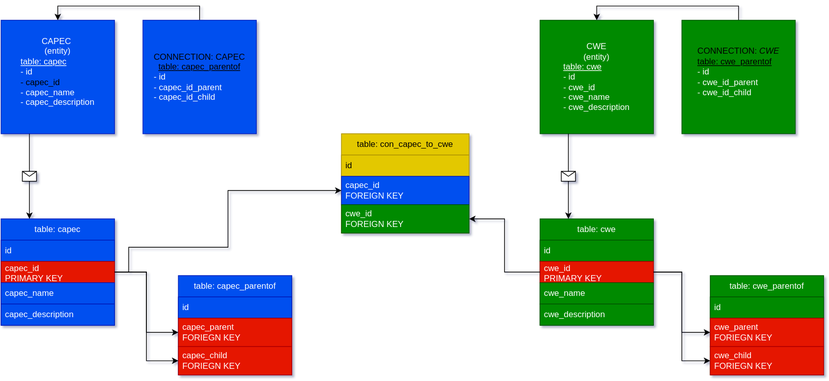
Above: DB/ER-диграмма БД.drawio.svg in Dismont/CAPEC_CWE_CVE (draw.io), before the change. Source tidied: cells renumbered, new cells last; positions are measured from the earlier drawing's top-left corner, leaving out a move shared by most shapes.
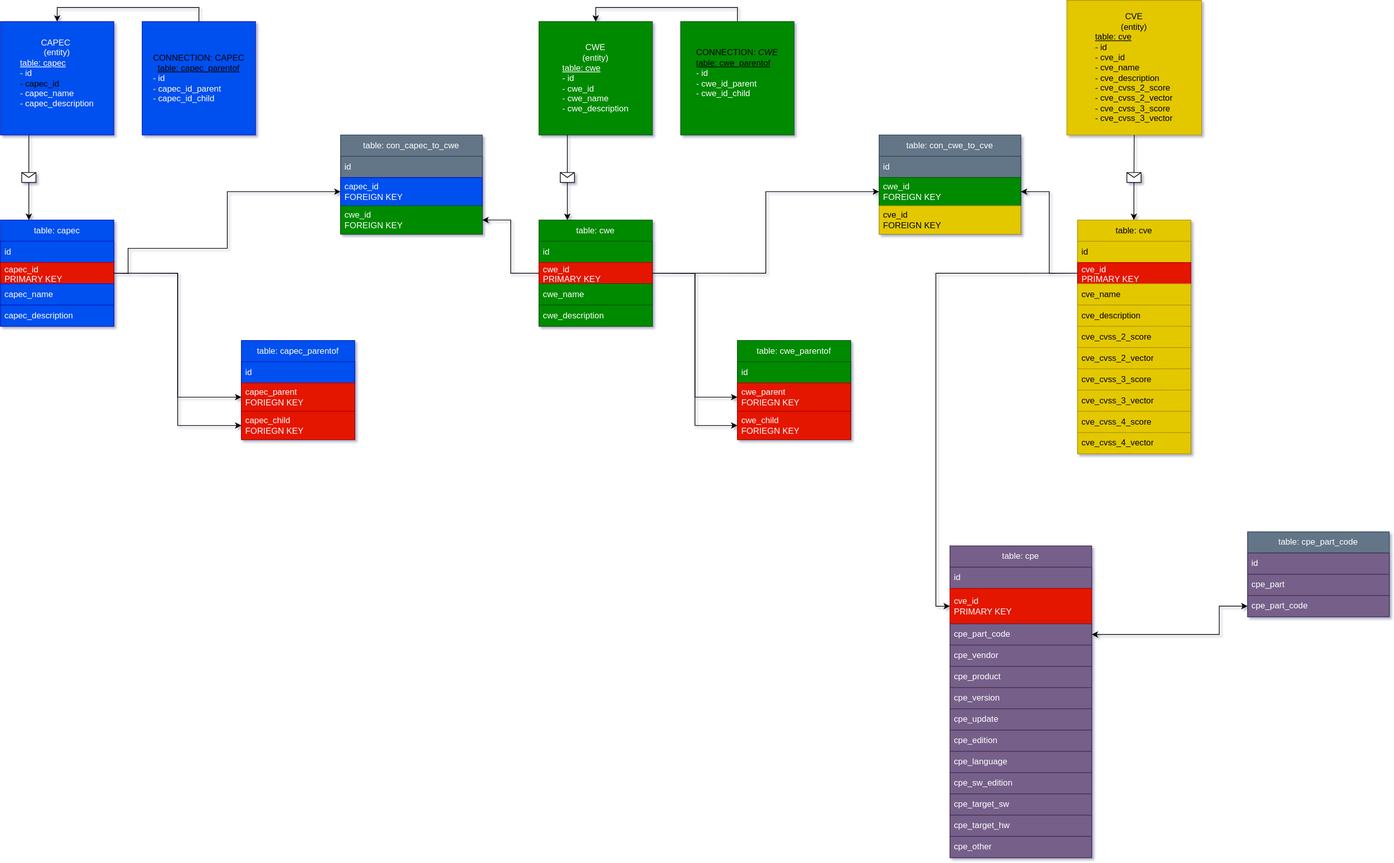
Later version of the same file.

The edit, as a diff of the source:
```diff
@@ -67,7 +67,7 @@
       <mxGeometry x="960" width="160" height="160" as="geometry" />
     </mxCell>
     <mxCell id="22" value="table: capec_parentof" style="swimlane;fontStyle=0;horizontal=1;startSize=30;whiteSpace=wrap;html=1;fillColor=#0050ef;fontColor=#ffffff;strokeColor=#001DBC;" parent="1" vertex="1">
-      <mxGeometry x="250" y="360" width="160" height="140" as="geometry" />
+      <mxGeometry x="340" y="450" width="160" height="140" as="geometry" />
     </mxCell>
     <mxCell id="23" value="id" style="text;strokeColor=#001DBC;fillColor=#0050ef;align=left;verticalAlign=middle;spacingLeft=4;spacingRight=4;overflow=hidden;whiteSpace=wrap;html=1;fontColor=#ffffff;" parent="22" vertex="1">
       <mxGeometry y="30" width="160" height="30" as="geometry" />
@@ -85,7 +85,7 @@
       <mxGeometry relative="1" as="geometry" />
     </mxCell>
     <mxCell id="28" value="table: cwe_parentof" style="swimlane;fontStyle=0;horizontal=1;startSize=30;whiteSpace=wrap;html=1;fillColor=#008a00;fontColor=#ffffff;strokeColor=#005700;" parent="1" vertex="1">
-      <mxGeometry x="1000" y="360" width="160" height="140" as="geometry" />
+      <mxGeometry x="1040" y="450" width="160" height="140" as="geometry" />
     </mxCell>
     <mxCell id="29" value="id" style="text;strokeColor=#005700;fillColor=#008a00;align=left;verticalAlign=middle;spacingLeft=4;spacingRight=4;overflow=hidden;whiteSpace=wrap;html=1;fontColor=#ffffff;" parent="28" vertex="1">
       <mxGeometry y="30" width="160" height="30" as="geometry" />
@@ -102,17 +102,17 @@
     <mxCell id="33" style="edgeStyle=orthogonalEdgeStyle;rounded=0;jettySize=auto;html=1;exitX=1;exitY=0.5;exitDx=0;exitDy=0;entryX=0;entryY=0.5;entryDx=0;entryDy=0;" parent="1" edge="1" source="15" target="31">
       <mxGeometry relative="1" as="geometry" />
     </mxCell>
-    <mxCell id="34" value="table: con_capec_to_cwe" style="swimlane;fontStyle=0;horizontal=1;startSize=30;whiteSpace=wrap;html=1;fillColor=#e3c800;fontColor=#000000;strokeColor=#B09500;" parent="1" vertex="1">
-      <mxGeometry x="480" y="160" width="180" height="140" as="geometry" />
+    <mxCell id="34" value="table: con_capec_to_cwe" style="swimlane;fontStyle=0;horizontal=1;startSize=30;whiteSpace=wrap;html=1;fillColor=#647687;fontColor=#ffffff;strokeColor=#314354;" parent="1" vertex="1">
+      <mxGeometry x="480" y="160" width="200" height="140" as="geometry" />
     </mxCell>
-    <mxCell id="35" value="id" style="text;strokeColor=#B09500;fillColor=#e3c800;align=left;verticalAlign=middle;spacingLeft=4;spacingRight=4;overflow=hidden;whiteSpace=wrap;html=1;fontColor=#000000;" parent="34" vertex="1">
-      <mxGeometry y="30" width="180" height="30" as="geometry" />
+    <mxCell id="35" value="id" style="text;strokeColor=#314354;fillColor=#647687;align=left;verticalAlign=middle;spacingLeft=4;spacingRight=4;overflow=hidden;whiteSpace=wrap;html=1;fontColor=#ffffff;" parent="34" vertex="1">
+      <mxGeometry y="30" width="200" height="30" as="geometry" />
     </mxCell>
     <mxCell id="36" value="capec_id&lt;div&gt;FOREIGN KEY&lt;/div&gt;" style="text;strokeColor=#001DBC;fillColor=#0050ef;align=left;verticalAlign=middle;spacingLeft=4;spacingRight=4;overflow=hidden;points=[[0,0.5],[1,0.5]];portConstraint=eastwest;whiteSpace=wrap;html=1;fontColor=#ffffff;" parent="34" vertex="1">
-      <mxGeometry y="60" width="180" height="40" as="geometry" />
+      <mxGeometry y="60" width="200" height="40" as="geometry" />
     </mxCell>
     <mxCell id="37" value="cwe_id&lt;div&gt;FOREIGN KEY&lt;br&gt;&lt;/div&gt;" style="text;strokeColor=#005700;fillColor=#008a00;align=left;verticalAlign=middle;spacingLeft=4;spacingRight=4;overflow=hidden;points=[[0,0.5],[1,0.5]];portConstraint=eastwest;whiteSpace=wrap;html=1;fontColor=#ffffff;" parent="34" vertex="1">
-      <mxGeometry y="100" width="180" height="40" as="geometry" />
+      <mxGeometry y="100" width="200" height="40" as="geometry" />
     </mxCell>
     <mxCell id="38" style="edgeStyle=orthogonalEdgeStyle;rounded=0;jettySize=auto;html=1;exitX=1;exitY=0.5;exitDx=0;exitDy=0;entryX=0;entryY=0.5;entryDx=0;entryDy=0;" parent="1" edge="1" source="8" target="36">
       <mxGeometry relative="1" as="geometry">
@@ -127,5 +127,134 @@
     <mxCell id="39" style="edgeStyle=orthogonalEdgeStyle;rounded=0;jettySize=auto;html=1;entryX=1;entryY=0.5;entryDx=0;entryDy=0;" parent="1" edge="1" source="15" target="37">
       <mxGeometry relative="1" as="geometry" />
     </mxCell>
+    <mxCell id="40" value="CVE&lt;div&gt;(entity)&lt;/div&gt;&lt;div style=&quot;text-align: left;&quot;&gt;&lt;u&gt;table: cve&lt;/u&gt;&lt;/div&gt;&lt;div style=&quot;text-align: left;&quot;&gt;- id&lt;/div&gt;&lt;div style=&quot;text-align: left;&quot;&gt;- cve_id&lt;/div&gt;&lt;div style=&quot;text-align: left;&quot;&gt;- cve_name&lt;/div&gt;&lt;div style=&quot;text-align: left;&quot;&gt;- cve_description&lt;/div&gt;&lt;div style=&quot;text-align: left;&quot;&gt;- cve_cvss_2_score&lt;/div&gt;&lt;div style=&quot;text-align: left;&quot;&gt;- cve_cvss_2_vector&lt;br&gt;&lt;/div&gt;&lt;div style=&quot;text-align: left;&quot;&gt;- cve_cvss_3_score&lt;br&gt;&lt;/div&gt;&lt;div style=&quot;text-align: left;&quot;&gt;- cve_cvss_3_vector&lt;br&gt;&lt;/div&gt;" style="whiteSpace=wrap;html=1;fillColor=#e3c800;align=center;fontColor=#000000;strokeColor=#B09500;" parent="1" vertex="1">
+      <mxGeometry x="1505" y="-30" width="190" height="190" as="geometry" />
+    </mxCell>
+    <mxCell id="41" style="edgeStyle=orthogonalEdgeStyle;rounded=0;jettySize=auto;html=1;exitX=0;exitY=0.5;exitDx=0;exitDy=0;entryX=0;entryY=0.5;entryDx=0;entryDy=0;" parent="1" edge="1" source="44" target="63">
+      <mxGeometry relative="1" as="geometry" />
+    </mxCell>
+    <mxCell id="42" value="table: cve" style="swimlane;fontStyle=0;horizontal=1;startSize=30;whiteSpace=wrap;html=1;fillColor=#e3c800;fontColor=#000000;strokeColor=#B09500;" parent="1" vertex="1">
+      <mxGeometry x="1520" y="280" width="160" height="330" as="geometry" />
+    </mxCell>
+    <mxCell id="43" value="id" style="text;strokeColor=#B09500;fillColor=#e3c800;align=left;verticalAlign=middle;spacingLeft=4;spacingRight=4;overflow=hidden;whiteSpace=wrap;html=1;fontColor=#000000;" parent="42" vertex="1">
+      <mxGeometry y="30" width="160" height="30" as="geometry" />
+    </mxCell>
+    <mxCell id="44" value="cve_id&amp;nbsp;&lt;div&gt;PRIMARY KEY&lt;/div&gt;" style="text;strokeColor=#B20000;fillColor=#e51400;align=left;verticalAlign=middle;spacingLeft=4;spacingRight=4;overflow=hidden;points=[[0,0.5],[1,0.5]];portConstraint=eastwest;whiteSpace=wrap;html=1;fontColor=#ffffff;" parent="42" vertex="1">
+      <mxGeometry y="60" width="160" height="30" as="geometry" />
+    </mxCell>
+    <mxCell id="45" value="cve_name" style="text;strokeColor=#B09500;fillColor=#e3c800;align=left;verticalAlign=middle;spacingLeft=4;spacingRight=4;overflow=hidden;whiteSpace=wrap;html=1;fontColor=#000000;" parent="42" vertex="1">
+      <mxGeometry y="90" width="160" height="30" as="geometry" />
+    </mxCell>
+    <mxCell id="46" value="cve_description" style="text;strokeColor=#B09500;fillColor=#e3c800;align=left;verticalAlign=middle;spacingLeft=4;spacingRight=4;overflow=hidden;whiteSpace=wrap;html=1;fontColor=#000000;" parent="42" vertex="1">
+      <mxGeometry y="120" width="160" height="30" as="geometry" />
+    </mxCell>
+    <mxCell id="47" value="cve_cvss_2_score" style="text;strokeColor=#B09500;fillColor=#e3c800;align=left;verticalAlign=middle;spacingLeft=4;spacingRight=4;overflow=hidden;whiteSpace=wrap;html=1;fontColor=#000000;" parent="42" vertex="1">
+      <mxGeometry y="150" width="160" height="30" as="geometry" />
+    </mxCell>
+    <mxCell id="48" value="cve_cvss_2_vector" style="text;strokeColor=#B09500;fillColor=#e3c800;align=left;verticalAlign=middle;spacingLeft=4;spacingRight=4;overflow=hidden;whiteSpace=wrap;html=1;fontColor=#000000;" parent="42" vertex="1">
+      <mxGeometry y="180" width="160" height="30" as="geometry" />
+    </mxCell>
+    <mxCell id="49" value="cve_cvss_3_score" style="text;strokeColor=#B09500;fillColor=#e3c800;align=left;verticalAlign=middle;spacingLeft=4;spacingRight=4;overflow=hidden;whiteSpace=wrap;html=1;fontColor=#000000;" parent="42" vertex="1">
+      <mxGeometry y="210" width="160" height="30" as="geometry" />
+    </mxCell>
+    <mxCell id="50" value="cve_cvss_3_vector" style="text;strokeColor=#B09500;fillColor=#e3c800;align=left;verticalAlign=middle;spacingLeft=4;spacingRight=4;overflow=hidden;whiteSpace=wrap;html=1;fontColor=#000000;" parent="42" vertex="1">
+      <mxGeometry y="240" width="160" height="30" as="geometry" />
+    </mxCell>
+    <mxCell id="51" value="cve_cvss_4_score" style="text;strokeColor=#B09500;fillColor=#e3c800;align=left;verticalAlign=middle;spacingLeft=4;spacingRight=4;overflow=hidden;whiteSpace=wrap;html=1;fontColor=#000000;" parent="42" vertex="1">
+      <mxGeometry y="270" width="160" height="30" as="geometry" />
+    </mxCell>
+    <mxCell id="52" value="cve_cvss_4_vector" style="text;strokeColor=#B09500;fillColor=#e3c800;align=left;verticalAlign=middle;spacingLeft=4;spacingRight=4;overflow=hidden;whiteSpace=wrap;html=1;fontColor=#000000;" parent="42" vertex="1">
+      <mxGeometry y="300" width="160" height="30" as="geometry" />
+    </mxCell>
+    <mxCell id="53" style="endArrow=classic;html=1;rounded=0;exitX=0.5;exitY=1;exitDx=0;exitDy=0;entryX=0.25;entryY=0;entryDx=0;entryDy=0;" parent="1" edge="1" source="40">
+      <mxGeometry relative="1" as="geometry">
+        <mxPoint x="1599.5" y="280" as="targetPoint" />
+      </mxGeometry>
+    </mxCell>
+    <mxCell id="54" style="shape=message;html=1;" parent="53" vertex="1">
+      <mxGeometry width="20" height="14" relative="1" as="geometry">
+        <mxPoint x="-10" y="-7" as="offset" />
+      </mxGeometry>
+    </mxCell>
+    <mxCell id="55" value="table: con_cwe_to_cve" style="swimlane;fontStyle=0;horizontal=1;startSize=30;whiteSpace=wrap;html=1;fillColor=#647687;fontColor=#ffffff;strokeColor=#314354;" parent="1" vertex="1">
+      <mxGeometry x="1240" y="160" width="200" height="140" as="geometry" />
+    </mxCell>
+    <mxCell id="56" value="id" style="text;strokeColor=#314354;fillColor=#647687;align=left;verticalAlign=middle;spacingLeft=4;spacingRight=4;overflow=hidden;whiteSpace=wrap;html=1;fontColor=#ffffff;" parent="55" vertex="1">
+      <mxGeometry y="30" width="200" height="30" as="geometry" />
+    </mxCell>
+    <mxCell id="57" value="cwe_id&lt;div&gt;FOREIGN KEY&lt;/div&gt;" style="text;strokeColor=#005700;fillColor=#008a00;align=left;verticalAlign=middle;spacingLeft=4;spacingRight=4;overflow=hidden;points=[[0,0.5],[1,0.5]];portConstraint=eastwest;whiteSpace=wrap;html=1;fontColor=#ffffff;" parent="55" vertex="1">
+      <mxGeometry y="60" width="200" height="40" as="geometry" />
+    </mxCell>
+    <mxCell id="58" value="cve_id&lt;div&gt;FOREIGN KEY&lt;br&gt;&lt;/div&gt;" style="text;strokeColor=#B09500;fillColor=#e3c800;align=left;verticalAlign=middle;spacingLeft=4;spacingRight=4;overflow=hidden;whiteSpace=wrap;html=1;fontColor=#000000;" parent="55" vertex="1">
+      <mxGeometry y="100" width="200" height="40" as="geometry" />
+    </mxCell>
+    <mxCell id="59" style="edgeStyle=orthogonalEdgeStyle;rounded=0;jettySize=auto;html=1;exitX=0;exitY=0.5;exitDx=0;exitDy=0;entryX=1;entryY=0.5;entryDx=0;entryDy=0;" parent="1" edge="1" source="44" target="57">
+      <mxGeometry relative="1" as="geometry" />
+    </mxCell>
+    <mxCell id="60" style="edgeStyle=orthogonalEdgeStyle;rounded=0;jettySize=auto;html=1;exitX=1;exitY=0.5;exitDx=0;exitDy=0;entryX=0;entryY=0.5;entryDx=0;entryDy=0;" parent="1" edge="1" source="15" target="57">
+      <mxGeometry relative="1" as="geometry" />
+    </mxCell>
+    <mxCell id="61" value="table: cpe" style="swimlane;fontStyle=0;horizontal=1;startSize=30;whiteSpace=wrap;html=1;fillColor=#76608a;fontColor=#ffffff;strokeColor=#432D57;" parent="1" vertex="1">
+      <mxGeometry x="1340" y="740" width="200" height="440" as="geometry" />
+    </mxCell>
+    <mxCell id="62" value="id" style="text;strokeColor=#432D57;fillColor=#76608a;align=left;verticalAlign=middle;spacingLeft=4;spacingRight=4;overflow=hidden;whiteSpace=wrap;html=1;fontColor=#ffffff;" parent="61" vertex="1">
+      <mxGeometry y="30" width="200" height="30" as="geometry" />
+    </mxCell>
+    <mxCell id="63" value="cve_id&amp;nbsp;&lt;div&gt;PRIMARY KEY&lt;/div&gt;" style="text;strokeColor=#B20000;fillColor=#e51400;align=left;verticalAlign=middle;spacingLeft=4;spacingRight=4;overflow=hidden;points=[[0,0.5],[1,0.5]];portConstraint=eastwest;whiteSpace=wrap;html=1;fontColor=#ffffff;" parent="61" vertex="1">
+      <mxGeometry y="60" width="200" height="50" as="geometry" />
+    </mxCell>
+    <mxCell id="64" value="cpe_part_code" style="text;strokeColor=#432D57;fillColor=light-dark(#76608A,#009999);align=left;verticalAlign=middle;spacingLeft=4;spacingRight=4;overflow=hidden;points=[[0,0.5],[1,0.5]];portConstraint=eastwest;whiteSpace=wrap;html=1;fontColor=#ffffff;gradientColor=none;" parent="61" vertex="1">
+      <mxGeometry y="110" width="200" height="30" as="geometry" />
+    </mxCell>
+    <mxCell id="65" value="cpe_vendor" style="text;strokeColor=#432D57;fillColor=#76608a;align=left;verticalAlign=middle;spacingLeft=4;spacingRight=4;overflow=hidden;whiteSpace=wrap;html=1;fontColor=#ffffff;" parent="61" vertex="1">
+      <mxGeometry y="140" width="200" height="30" as="geometry" />
+    </mxCell>
+    <mxCell id="66" value="cpe_product" style="text;strokeColor=#432D57;fillColor=#76608a;align=left;verticalAlign=middle;spacingLeft=4;spacingRight=4;overflow=hidden;whiteSpace=wrap;html=1;fontColor=#ffffff;" parent="61" vertex="1">
+      <mxGeometry y="170" width="200" height="30" as="geometry" />
+    </mxCell>
+    <mxCell id="67" value="cpe_version" style="text;strokeColor=#432D57;fillColor=#76608a;align=left;verticalAlign=middle;spacingLeft=4;spacingRight=4;overflow=hidden;whiteSpace=wrap;html=1;fontColor=#ffffff;" parent="61" vertex="1">
+      <mxGeometry y="200" width="200" height="30" as="geometry" />
+    </mxCell>
+    <mxCell id="68" value="cpe_update" style="text;strokeColor=#432D57;fillColor=#76608a;align=left;verticalAlign=middle;spacingLeft=4;spacingRight=4;overflow=hidden;whiteSpace=wrap;html=1;fontColor=#ffffff;" parent="61" vertex="1">
+      <mxGeometry y="230" width="200" height="30" as="geometry" />
+    </mxCell>
+    <mxCell id="69" value="cpe_edition" style="text;strokeColor=#432D57;fillColor=#76608a;align=left;verticalAlign=middle;spacingLeft=4;spacingRight=4;overflow=hidden;whiteSpace=wrap;html=1;fontColor=#ffffff;" parent="61" vertex="1">
+      <mxGeometry y="260" width="200" height="30" as="geometry" />
+    </mxCell>
+    <mxCell id="70" value="cpe_language" style="text;strokeColor=#432D57;fillColor=#76608a;align=left;verticalAlign=middle;spacingLeft=4;spacingRight=4;overflow=hidden;whiteSpace=wrap;html=1;fontColor=#ffffff;" parent="61" vertex="1">
+      <mxGeometry y="290" width="200" height="30" as="geometry" />
+    </mxCell>
+    <mxCell id="71" value="cpe_sw_edition" style="text;strokeColor=#432D57;fillColor=#76608a;align=left;verticalAlign=middle;spacingLeft=4;spacingRight=4;overflow=hidden;whiteSpace=wrap;html=1;fontColor=#ffffff;" parent="61" vertex="1">
+      <mxGeometry y="320" width="200" height="30" as="geometry" />
+    </mxCell>
+    <mxCell id="72" value="cpe_target_sw" style="text;strokeColor=#432D57;fillColor=#76608a;align=left;verticalAlign=middle;spacingLeft=4;spacingRight=4;overflow=hidden;whiteSpace=wrap;html=1;fontColor=#ffffff;" parent="61" vertex="1">
+      <mxGeometry y="350" width="200" height="30" as="geometry" />
+    </mxCell>
+    <mxCell id="73" value="cpe_target_hw" style="text;strokeColor=#432D57;fillColor=#76608a;align=left;verticalAlign=middle;spacingLeft=4;spacingRight=4;overflow=hidden;whiteSpace=wrap;html=1;fontColor=#ffffff;" parent="61" vertex="1">
+      <mxGeometry y="380" width="200" height="30" as="geometry" />
+    </mxCell>
+    <mxCell id="74" value="cpe_other" style="text;strokeColor=#432D57;fillColor=#76608a;align=left;verticalAlign=middle;spacingLeft=4;spacingRight=4;overflow=hidden;whiteSpace=wrap;html=1;fontColor=#ffffff;" parent="61" vertex="1">
+      <mxGeometry y="410" width="200" height="30" as="geometry" />
+    </mxCell>
+    <mxCell id="75" value="table: cpe_part_code" style="swimlane;fontStyle=0;horizontal=1;startSize=30;whiteSpace=wrap;html=1;fillColor=#647687;fontColor=#ffffff;strokeColor=#314354;" parent="1" vertex="1">
+      <mxGeometry x="1760" y="720" width="200" height="120" as="geometry" />
+    </mxCell>
+    <mxCell id="76" value="id" style="text;strokeColor=#432D57;fillColor=#76608a;align=left;verticalAlign=middle;spacingLeft=4;spacingRight=4;overflow=hidden;whiteSpace=wrap;html=1;fontColor=#ffffff;" parent="75" vertex="1">
+      <mxGeometry y="30" width="200" height="30" as="geometry" />
+    </mxCell>
+    <mxCell id="77" value="cpe_part" style="text;strokeColor=#432D57;fillColor=#76608a;align=left;verticalAlign=middle;spacingLeft=4;spacingRight=4;overflow=hidden;whiteSpace=wrap;html=1;fontColor=#ffffff;" parent="75" vertex="1">
+      <mxGeometry y="60" width="200" height="30" as="geometry" />
+    </mxCell>
+    <mxCell id="78" value="cpe_part_code" style="text;strokeColor=#432D57;fillColor=light-dark(#76608A,#009999);align=left;verticalAlign=middle;spacingLeft=4;spacingRight=4;overflow=hidden;points=[[0,0.5],[1,0.5]];portConstraint=eastwest;whiteSpace=wrap;html=1;fontColor=#ffffff;" parent="75" vertex="1">
+      <mxGeometry y="90" width="200" height="30" as="geometry" />
+    </mxCell>
+    <mxCell id="79" style="endArrow=classic;startArrow=classic;html=1;rounded=0;entryX=0;entryY=0.5;entryDx=0;entryDy=0;exitX=1;exitY=0.5;exitDx=0;exitDy=0;" parent="1" edge="1" source="64" target="78">
+      <mxGeometry relative="1" as="geometry">
+        <Array as="points">
+          <mxPoint x="1720" y="865" />
+          <mxPoint x="1720" y="825" />
+        </Array>
+      </mxGeometry>
+    </mxCell>
   </root>
 </mxGraphModel>
```
